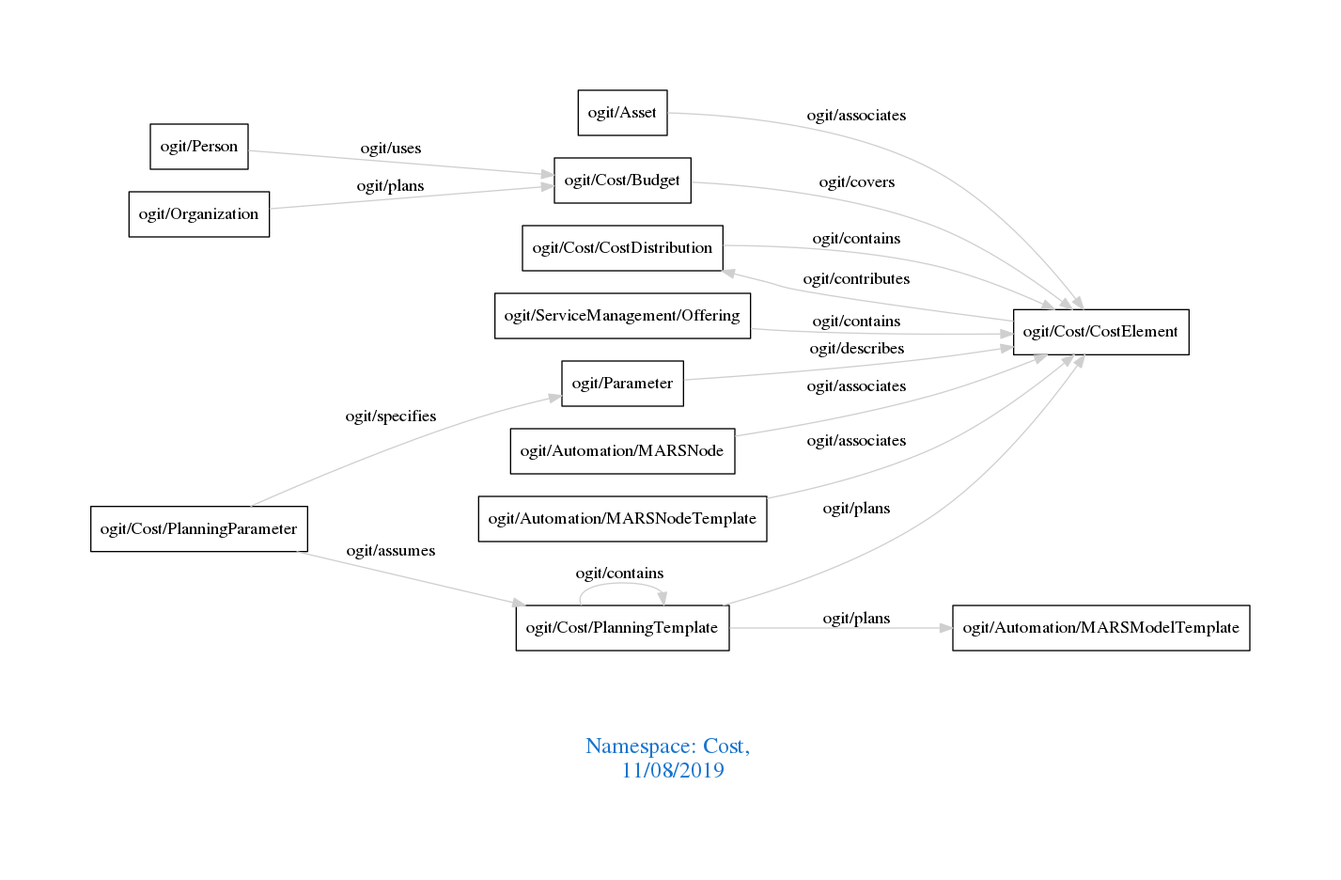
The Graphviz diagram downloads/Cost.png in arago/OGIT, before a commit. Its source is kept beside it as downloads/Cost.dot.
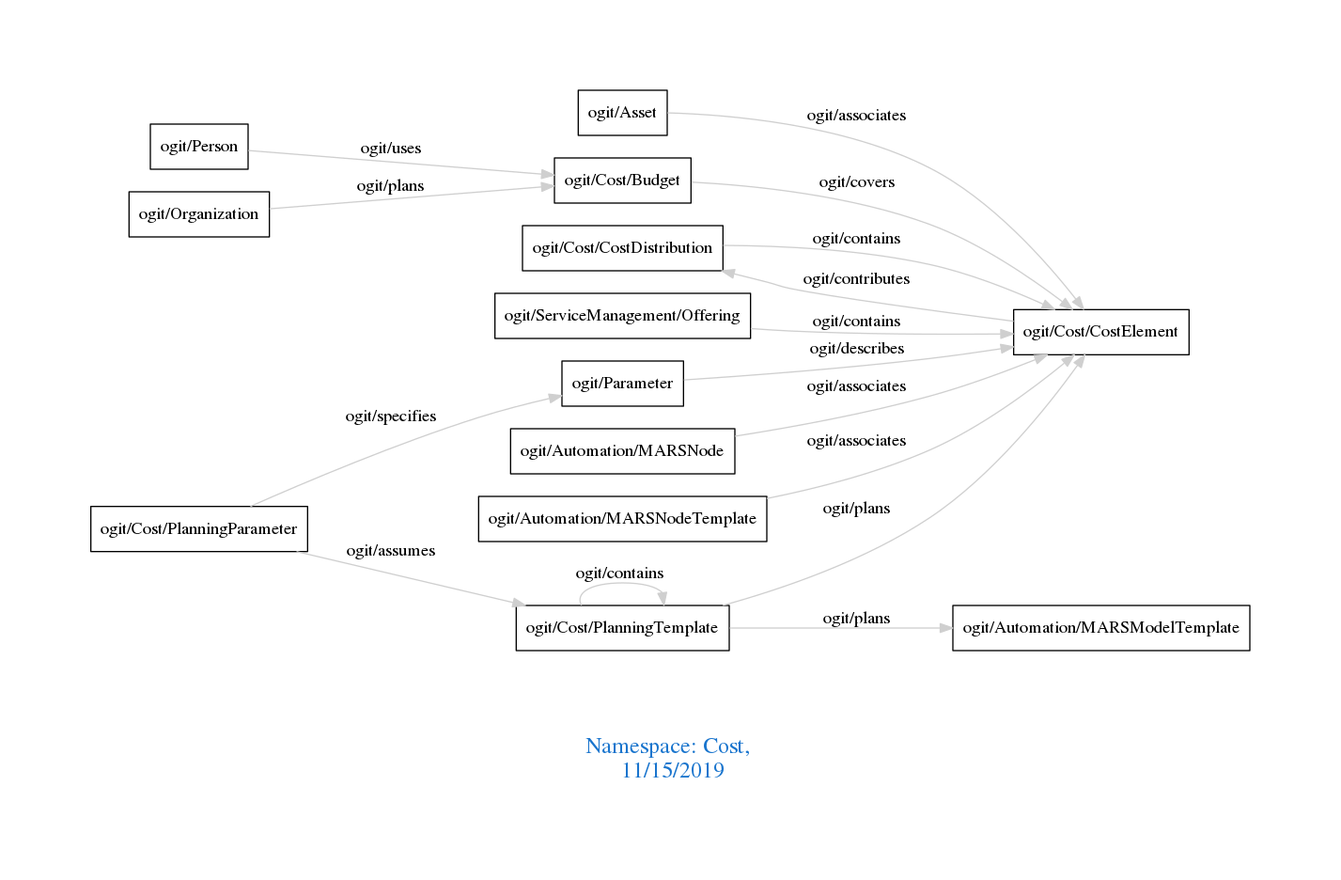
The same file after the commit.

The edit, as a diff of the source:
```diff
@@ -1,7 +1,7 @@
 digraph OGIT_ontology {
  graph [ rankdir= LR,pad=1
 fontsize = 18,
-fontcolor= dodgerblue3,label = "\n\n\nNamespace: Cost, \n 11/08/2019"];
+fontcolor= dodgerblue3,label = "\n\n\nNamespace: Cost, \n 11/15/2019"];
 node[shape=polygon];
 edge [  color="gray81"];
 
```
